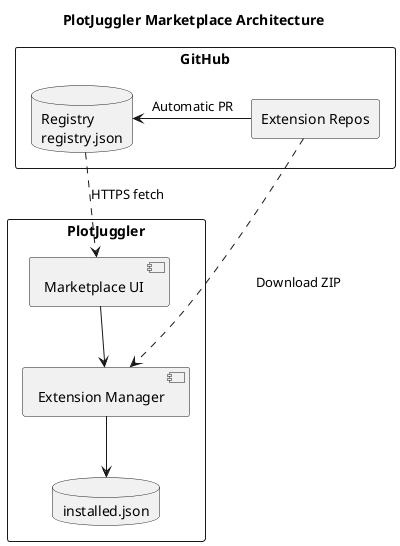
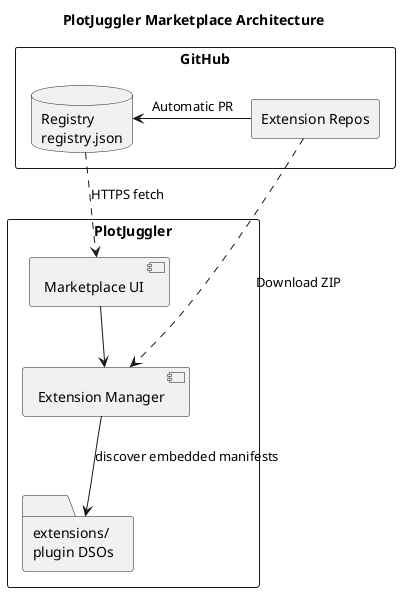
@startuml
skinparam backgroundColor white

title PlotJuggler Marketplace Architecture

rectangle "GitHub" {
  database "Registry\nregistry.json" as reg
  rectangle "Extension Repos" as ext
  ext -right-> reg : Automatic PR
}

rectangle "PlotJuggler" {
  component "Marketplace UI" as ui
  component "Extension Manager" as em
-   database "installed.json" as local
+   folder "extensions/\nplugin DSOs" as local
  ui --> em
-   em --> local
+   em --> local : discover embedded manifests
}

reg ..> ui : HTTPS fetch
ext ..> em : Download ZIP

@enduml
